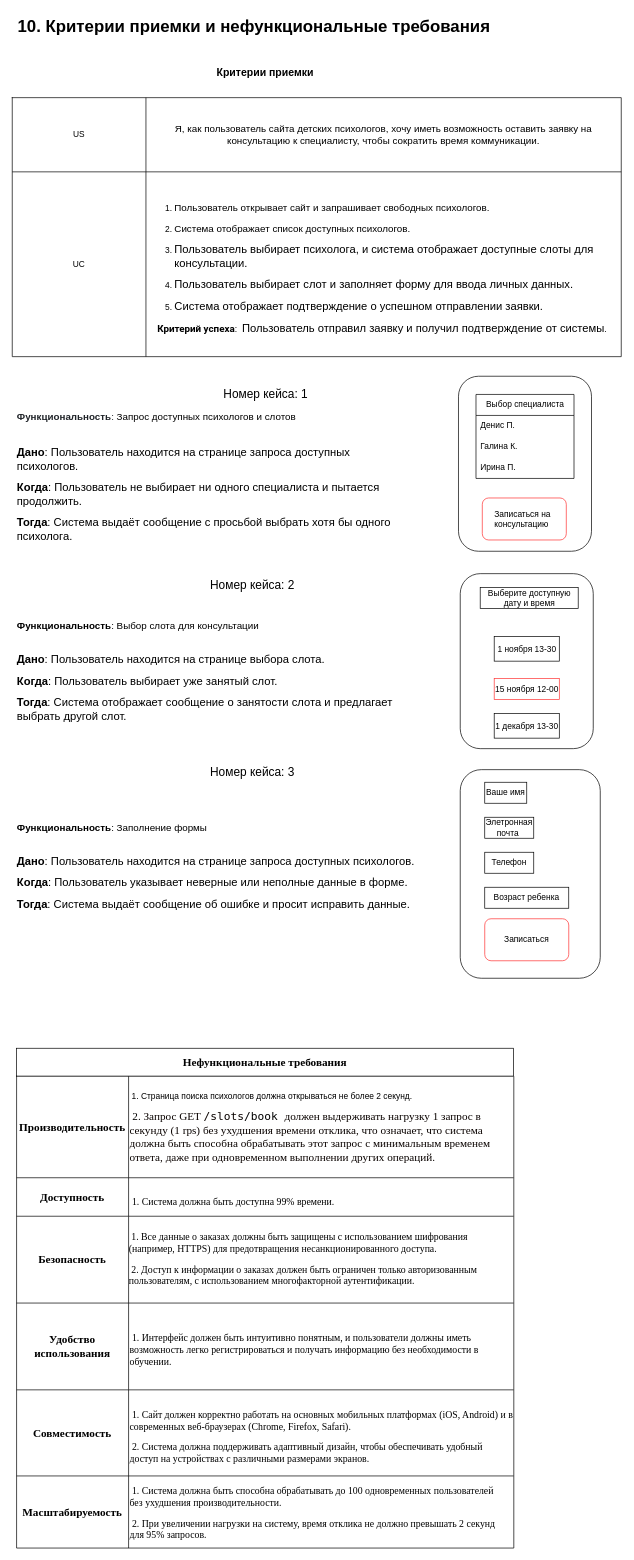
Before: Polikarpov_Denis/готовое.drawio in abdullahproff/BSA21_1, a draw.io diagram. Source tidied: cells renumbered, new cells numbered last; positions are measured from the earlier drawing's top-left corner, leaving out a move shared by most shapes. Both pictures are drawn from the tidied source at 70%, with x=0, y=0 at pixel (12, 12).
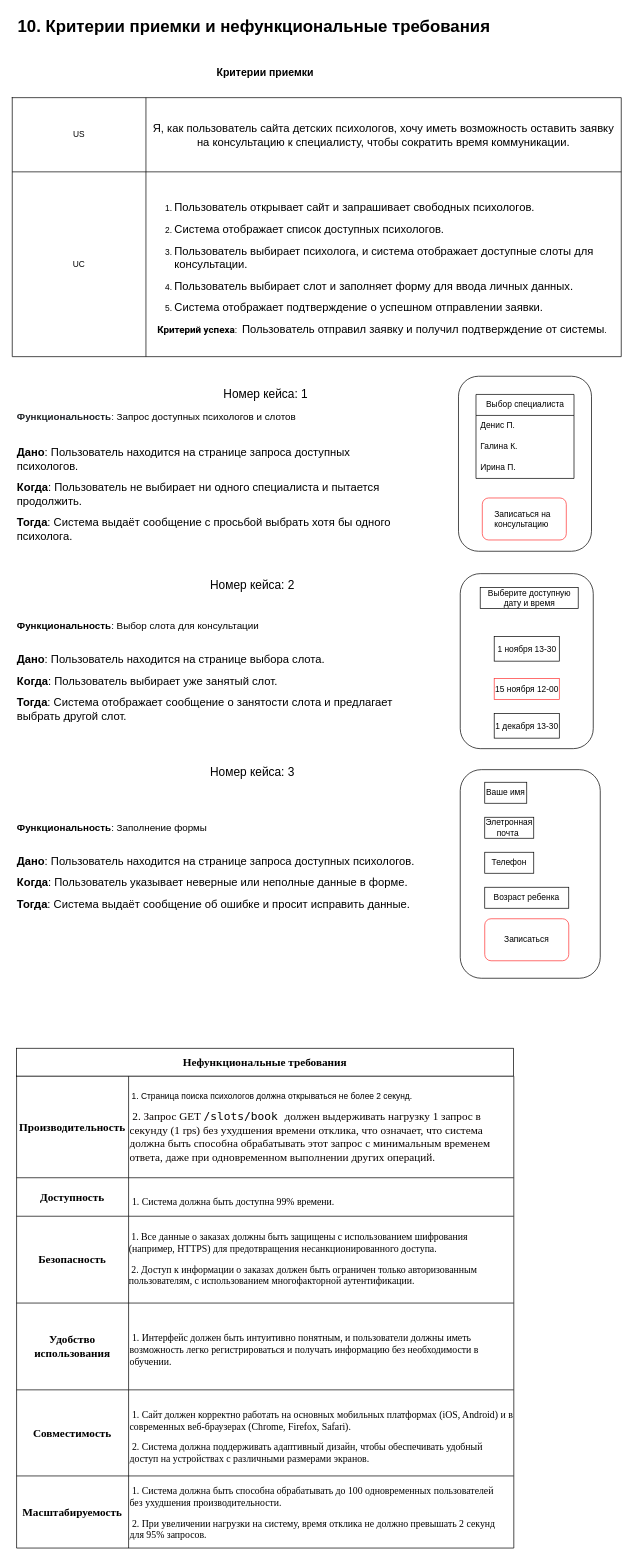
After the change.

The change refers to these unchanged cells:
```xml
<mxCell id="4" style="shape=tableRow;horizontal=0;startSize=0;swimlaneHead=0;swimlaneBody=0;strokeColor=inherit;top=0;left=0;bottom=0;right=0;fillColor=none;" parent="3" vertex="1">
  <mxGeometry width="870" height="106" as="geometry" />
</mxCell>
<mxCell id="7" style="shape=tableRow;horizontal=0;startSize=0;swimlaneHead=0;swimlaneBody=0;strokeColor=inherit;top=0;left=0;bottom=0;right=0;fillColor=none;" parent="3" vertex="1">
  <mxGeometry y="106" width="870" height="264" as="geometry" />
</mxCell>
```

What changed in the source:
```diff
@@
-    <mxCell id="6" value="&lt;p&gt;&lt;font style=&quot;font-size: 14px;&quot;&gt;&lt;span&gt;Я, как пользователь сайта детских психологов, хочу иметь возможность оставить заявку на консультацию к специалисту, чтобы сократить время коммуникации.&lt;/span&gt;&lt;/font&gt;&lt;/p&gt;" style="shape=partialRectangle;html=1;whiteSpace=wrap;strokeColor=inherit;overflow=hidden;fillColor=none;top=0;left=0;bottom=0;right=0;" parent="4" vertex="1">
+    <mxCell id="6" value="&lt;p&gt;&lt;font style=&quot;font-size: 16px;&quot;&gt;Я, как пользователь сайта детских психологов, хочу иметь возможность оставить заявку на консультацию к специалисту, чтобы сократить время коммуникации.&lt;/font&gt;&lt;/p&gt;" style="shape=partialRectangle;html=1;whiteSpace=wrap;strokeColor=inherit;overflow=hidden;fillColor=none;top=0;left=0;bottom=0;right=0;" parent="4" vertex="1">
       <mxGeometry x="191" width="679" height="106" as="geometry" />
     </mxCell>
@@
-    <mxCell id="9" value="&lt;div align=&quot;left&quot;&gt;&lt;ol start=&quot;1&quot;&gt;&lt;li&gt;&lt;p&gt;&lt;font style=&quot;font-size: 14px;&quot;&gt;&lt;span&gt;Пользователь открывает сайт и запрашивает свободных психологов.&lt;/span&gt;&lt;/font&gt;&lt;/p&gt;&lt;/li&gt;&lt;li&gt;&lt;p&gt;&lt;font style=&quot;font-size: 14px;&quot;&gt;&lt;span&gt;Система отображает список доступных психологов.&lt;/span&gt;&lt;/font&gt;&lt;/p&gt;&lt;/li&gt;&lt;li&gt;&lt;p&gt;&lt;font size=&quot;3&quot;&gt;&lt;span&gt;Пользователь выбирает психолога, и система отображает доступные слоты для консультации.&lt;/span&gt;&lt;/font&gt;&lt;/p&gt;&lt;/li&gt;&lt;li&gt;&lt;p&gt;&lt;font size=&quot;3&quot;&gt;&lt;span&gt;Пользователь выбирает слот и заполняет форму для ввода личных данных.&lt;/span&gt;&lt;/font&gt;&lt;/p&gt;&lt;/li&gt;&lt;li&gt;&lt;p&gt;&lt;font size=&quot;3&quot;&gt;&lt;span&gt;Система отображает подтверждение о успешном отправлении заявки.&lt;br&gt;&lt;/span&gt;&lt;/font&gt;&lt;/p&gt;&lt;/li&gt;&lt;/ol&gt;&lt;/div&gt;&lt;div&gt;&lt;span style=&quot;background-color: initial; white-space-collapse: preserve;&quot;&gt;&lt;/span&gt;&lt;span style=&quot;background-color: initial; white-space-collapse: preserve;&quot;&gt;&lt;font style=&quot;font-size: 14px;&quot; face=&quot;Roboto, -apple-system, BlinkMacSystemFont, Apple Color Emoji, Segoe UI, Oxygen, Ubuntu, Cantarell, Fira Sans, Droid Sans, Helvetica Neue, sans-serif&quot;&gt;&lt;b style=&quot;&quot;&gt;Критерий успеха&lt;/b&gt;:  &lt;/font&gt;&lt;/span&gt;&lt;font size=&quot;3&quot;&gt;&lt;span&gt;Пользователь отправил заявку и получил подтверждение от системы&lt;/span&gt;&lt;/font&gt;&lt;span style=&quot;background-color: initial; white-space-collapse: preserve;&quot;&gt;&lt;font style=&quot;font-size: 14px;&quot; face=&quot;Roboto, -apple-system, BlinkMacSystemFont, Apple Color Emoji, Segoe UI, Oxygen, Ubuntu, Cantarell, Fira Sans, Droid Sans, Helvetica Neue, sans-serif&quot;&gt;. &lt;/font&gt;&lt;/span&gt;&lt;/div&gt;" style="shape=partialRectangle;html=1;whiteSpace=wrap;strokeColor=inherit;overflow=hidden;fillColor=none;top=0;left=0;bottom=0;right=0;" parent="7" vertex="1">
+    <mxCell id="9" value="&lt;div align=&quot;left&quot;&gt;&lt;ol start=&quot;1&quot;&gt;&lt;li&gt;&lt;p&gt;&lt;font style=&quot;font-size: 16px;&quot;&gt;Пользователь открывает сайт и запрашивает свободных психологов.&lt;/font&gt;&lt;/p&gt;&lt;/li&gt;&lt;li&gt;&lt;p&gt;&lt;font size=&quot;3&quot; style=&quot;&quot;&gt;Система отображает список доступных психологов.&lt;/font&gt;&lt;/p&gt;&lt;/li&gt;&lt;li&gt;&lt;p&gt;&lt;font size=&quot;3&quot;&gt;&lt;span&gt;Пользователь выбирает психолога, и система отображает доступные слоты для консультации.&lt;/span&gt;&lt;/font&gt;&lt;/p&gt;&lt;/li&gt;&lt;li&gt;&lt;p&gt;&lt;font size=&quot;3&quot;&gt;&lt;span&gt;Пользователь выбирает слот и заполняет форму для ввода личных данных.&lt;/span&gt;&lt;/font&gt;&lt;/p&gt;&lt;/li&gt;&lt;li&gt;&lt;p&gt;&lt;font size=&quot;3&quot;&gt;&lt;span&gt;Система отображает подтверждение о успешном отправлении заявки.&lt;br&gt;&lt;/span&gt;&lt;/font&gt;&lt;/p&gt;&lt;/li&gt;&lt;/ol&gt;&lt;/div&gt;&lt;div&gt;&lt;span style=&quot;background-color: initial; white-space-collapse: preserve;&quot;&gt;&lt;/span&gt;&lt;span style=&quot;background-color: initial; white-space-collapse: preserve;&quot;&gt;&lt;font style=&quot;font-size: 14px;&quot; face=&quot;Roboto, -apple-system, BlinkMacSystemFont, Apple Color Emoji, Segoe UI, Oxygen, Ubuntu, Cantarell, Fira Sans, Droid Sans, Helvetica Neue, sans-serif&quot;&gt;&lt;b style=&quot;&quot;&gt;Критерий успеха&lt;/b&gt;:  &lt;/font&gt;&lt;/span&gt;&lt;font size=&quot;3&quot;&gt;&lt;span&gt;Пользователь отправил заявку и получил подтверждение от системы&lt;/span&gt;&lt;/font&gt;&lt;span style=&quot;background-color: initial; white-space-collapse: preserve;&quot;&gt;&lt;font style=&quot;font-size: 14px;&quot; face=&quot;Roboto, -apple-system, BlinkMacSystemFont, Apple Color Emoji, Segoe UI, Oxygen, Ubuntu, Cantarell, Fira Sans, Droid Sans, Helvetica Neue, sans-serif&quot;&gt;. &lt;/font&gt;&lt;/span&gt;&lt;/div&gt;" style="shape=partialRectangle;html=1;whiteSpace=wrap;strokeColor=inherit;overflow=hidden;fillColor=none;top=0;left=0;bottom=0;right=0;" parent="7" vertex="1">
       <mxGeometry x="191" width="679" height="264" as="geometry" />
     </mxCell>
```
